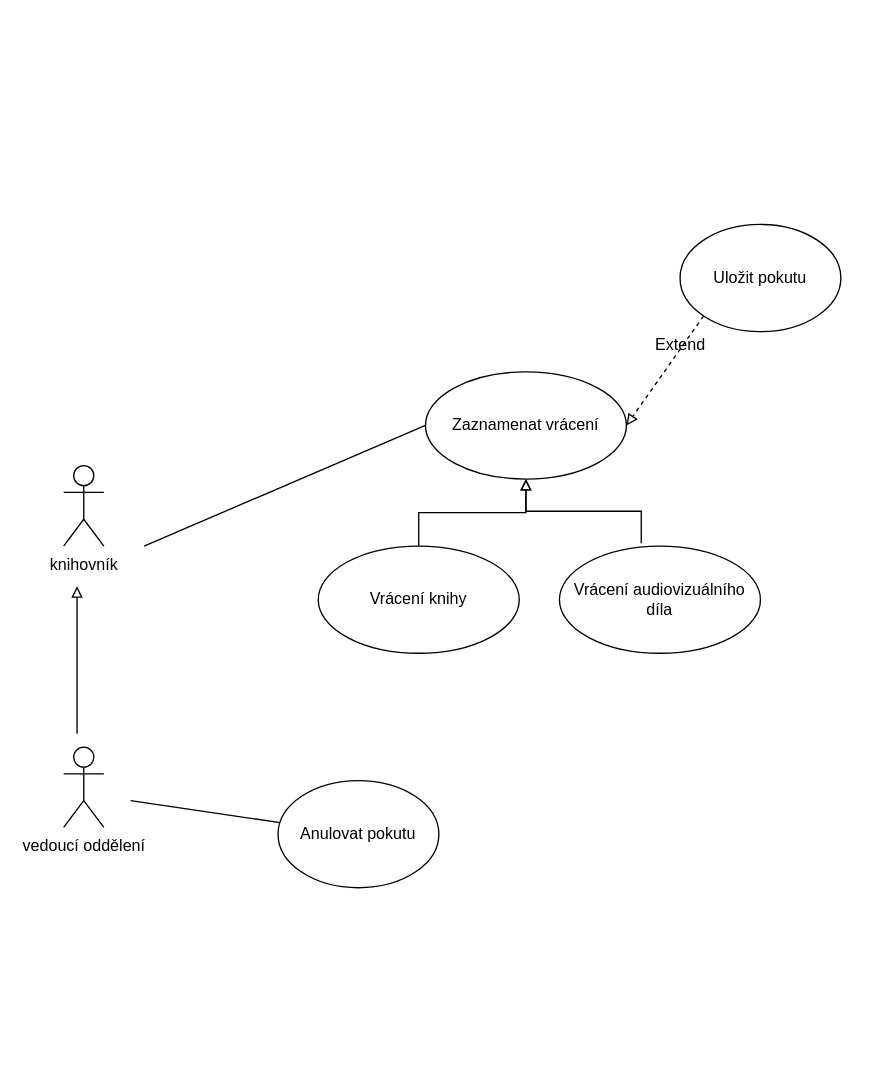
Before: Untitled Diagram.drawio in dankolar69/diagrams.net-1, a draw.io diagram. Source tidied: cells renumbered, new cells numbered last; positions are measured from the earlier drawing's top-left corner, leaving out a move shared by most shapes. Both pictures are drawn from the tidied source at 134%, with x=0, y=0 at pixel (63, 224).
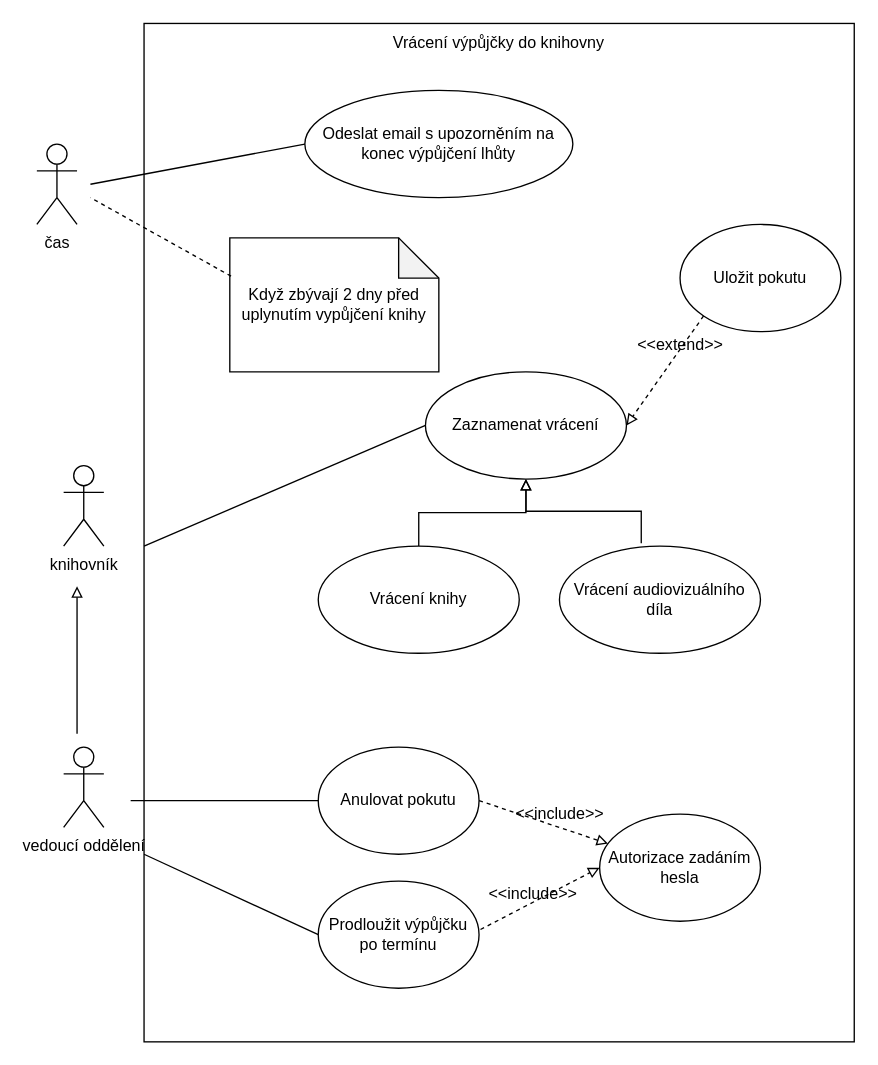
After the change.

Diff of the diagram source:
```diff
@@
-    <mxCell id="11" value="Extend" style="text;html=1;align=center;verticalAlign=middle;strokeColor=none;fillColor=none;" parent="1" vertex="1">
-      <mxGeometry x="435" y="80" width="50" height="20" as="geometry" />
+    <mxCell id="11" value="&amp;lt;&amp;lt;extend&amp;gt;&amp;gt;" style="text;html=1;align=center;verticalAlign=middle;strokeColor=none;fillColor=none;" parent="1" vertex="1">
+      <mxGeometry x="420" y="80" width="80" height="20" as="geometry" />
     </mxCell>
@@
     <mxCell id="13" value="Anulovat pokutu" style="ellipse;whiteSpace=wrap;html=1;" parent="1" vertex="1">
-      <mxGeometry x="160" y="415" width="120" height="80" as="geometry" />
+      <mxGeometry x="190" y="390" width="120" height="80" as="geometry" />
     </mxCell>
@@
+    <mxCell id="16" style="endArrow=none;html=1;rounded=0;" parent="1" edge="1">
+      <mxGeometry relative="1" as="geometry">
+        <mxPoint x="60" y="470" as="sourcePoint" />
+        <mxPoint x="190" y="530" as="targetPoint" />
+      </mxGeometry>
+    </mxCell>
+    <mxCell id="17" value="Prodloužit výpůjčku po termínu" style="ellipse;whiteSpace=wrap;html=1;" parent="1" vertex="1">
+      <mxGeometry x="190" y="490" width="120" height="80" as="geometry" />
+    </mxCell>
+    <mxCell id="18" value="Autorizace zadáním hesla" style="ellipse;whiteSpace=wrap;html=1;" parent="1" vertex="1">
+      <mxGeometry x="400" y="440" width="120" height="80" as="geometry" />
+    </mxCell>
+    <mxCell id="19" style="endArrow=block;html=1;rounded=0;elbow=vertical;exitX=1;exitY=0.5;exitDx=0;exitDy=0;dashed=1;endFill=0;" parent="1" edge="1" source="13" target="18">
+      <mxGeometry relative="1" as="geometry" />
+    </mxCell>
+    <mxCell id="20" style="endArrow=block;html=1;rounded=0;elbow=vertical;dashed=1;endFill=0;exitX=1.009;exitY=0.452;exitDx=0;exitDy=0;exitPerimeter=0;" parent="1" edge="1" source="17">
+      <mxGeometry relative="1" as="geometry">
+        <mxPoint x="400" y="480" as="targetPoint" />
+      </mxGeometry>
+    </mxCell>
+    <mxCell id="21" value="&amp;lt;&amp;lt;include&amp;gt;&amp;gt;" style="text;html=1;align=center;verticalAlign=middle;strokeColor=none;fillColor=none;" parent="1" vertex="1">
+      <mxGeometry x="310" y="490" width="80" height="20" as="geometry" />
+    </mxCell>
+    <mxCell id="22" value="&amp;lt;&amp;lt;include&amp;gt;&amp;gt;" style="text;html=1;align=center;verticalAlign=middle;strokeColor=none;fillColor=none;" parent="1" vertex="1">
+      <mxGeometry x="330" y="430" width="80" height="20" as="geometry" />
+    </mxCell>
+    <mxCell id="23" value="čas" style="shape=umlActor;verticalLabelPosition=bottom;verticalAlign=top;html=1;" parent="1" vertex="1">
+      <mxGeometry x="-20" y="-60" width="30" height="60" as="geometry" />
+    </mxCell>
+    <mxCell id="24" value="Odeslat email s upozorněním na konec výpůjčení lhůty" style="ellipse;whiteSpace=wrap;html=1;" parent="1" vertex="1">
+      <mxGeometry x="180" y="-100" width="200" height="80" as="geometry" />
+    </mxCell>
+    <mxCell id="25" style="endArrow=none;html=1;rounded=0;elbow=vertical;" parent="1" edge="1">
+      <mxGeometry relative="1" as="geometry">
+        <mxPoint x="20" y="-30" as="sourcePoint" />
+        <mxPoint x="180" y="-60" as="targetPoint" />
+      </mxGeometry>
+    </mxCell>
+    <mxCell id="26" value="Když zbývají 2 dny před uplynutím vypůjčení knihy" style="shape=note;whiteSpace=wrap;html=1;backgroundOutline=1;darkOpacity=0.05;" parent="1" vertex="1">
+      <mxGeometry x="124" y="10" width="156" height="100" as="geometry" />
+    </mxCell>
+    <mxCell id="27" style="endArrow=none;html=1;rounded=0;elbow=vertical;dashed=1;exitX=0.006;exitY=0.286;exitDx=0;exitDy=0;exitPerimeter=0;" parent="1" edge="1" source="26">
+      <mxGeometry relative="1" as="geometry">
+        <mxPoint x="20" y="-20" as="targetPoint" />
+      </mxGeometry>
+    </mxCell>
+    <mxCell id="28" style="rounded=0;whiteSpace=wrap;html=1;fillColor=none;" parent="1" vertex="1">
+      <mxGeometry x="60" y="-150" width="530" height="760" as="geometry" />
+    </mxCell>
+    <mxCell id="29" value="Vrácení výpůjčky do knihovny" style="text;html=1;strokeColor=none;fillColor=none;align=center;verticalAlign=middle;whiteSpace=wrap;rounded=0;" parent="1" vertex="1">
+      <mxGeometry x="235" y="-150" width="180" height="30" as="geometry" />
+    </mxCell>
```
